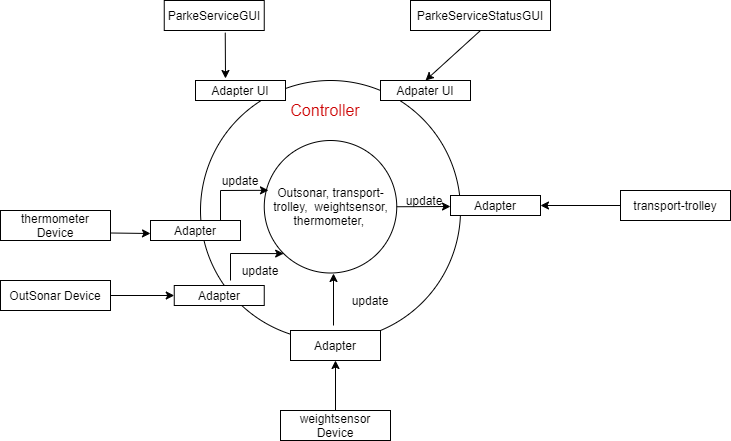
noemival/ParkManagerService_2021 keeps this draw.io diagram as it.unibo.parkManagerService/userdocs/img/first_logical_architecture.png. Above is the earlier version. Source tidied: cells renumbered, new cells last; positions are measured from the earlier drawing's top-left corner, leaving out a move shared by most shapes.
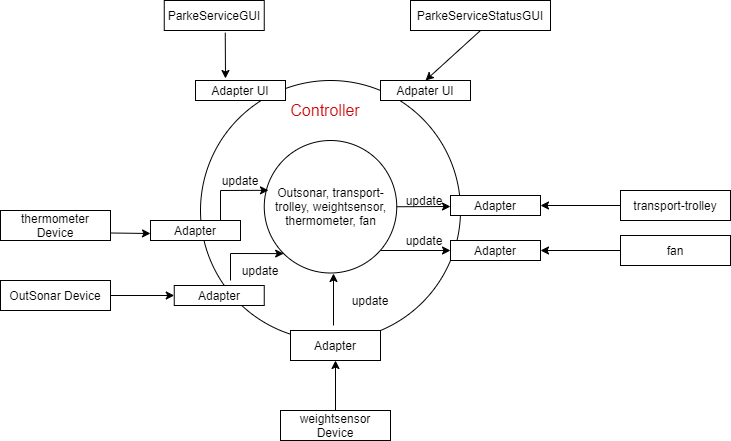
The same file after the commit.

The edit, as a diff of the source:
```diff
@@ -5,7 +5,7 @@
     <mxCell id="2" style="ellipse;whiteSpace=wrap;html=1;" parent="1" vertex="1">
       <mxGeometry x="200" y="80" width="260" height="260" as="geometry" />
     </mxCell>
-    <mxCell id="3" value="Outsonar, transport-trolley,&amp;nbsp; weightsensor, thermometer,&amp;nbsp;" style="ellipse;whiteSpace=wrap;html=1;" parent="1" vertex="1">
+    <mxCell id="3" value="Outsonar, transport-trolley, weightsensor, thermometer, fan" style="ellipse;whiteSpace=wrap;html=1;" parent="1" vertex="1">
       <mxGeometry x="263.8" y="140" width="132.5" height="132.5" as="geometry" />
     </mxCell>
     <mxCell id="4" value="&lt;font style=&quot;font-size: 16px&quot; color=&quot;#cc0000&quot;&gt;Controller&lt;/font&gt;" style="text;html=1;strokeColor=none;fillColor=none;align=center;verticalAlign=middle;whiteSpace=wrap;rounded=0;" parent="1" vertex="1">
@@ -111,5 +111,23 @@
     <mxCell id="31" value="update" style="text;html=1;strokeColor=none;fillColor=none;align=center;verticalAlign=middle;whiteSpace=wrap;rounded=0;" parent="1" vertex="1">
       <mxGeometry x="404" y="190" width="40" height="20" as="geometry" />
     </mxCell>
+    <mxCell id="32" value="fan" style="rounded=0;whiteSpace=wrap;html=1;" parent="1" vertex="1">
+      <mxGeometry x="620" y="235" width="110" height="30" as="geometry" />
+    </mxCell>
+    <mxCell id="33" value="Adapter" style="rounded=0;whiteSpace=wrap;html=1;" parent="1" vertex="1">
+      <mxGeometry x="450" y="240" width="90" height="20" as="geometry" />
+    </mxCell>
+    <mxCell id="34" style="endArrow=classic;html=1;entryX=1;entryY=0.5;entryDx=0;entryDy=0;exitX=0;exitY=0.5;exitDx=0;exitDy=0;rounded=0;" parent="1" edge="1" source="32" target="33">
+      <mxGeometry relative="1" as="geometry" />
+    </mxCell>
+    <mxCell id="35" style="endArrow=classic;html=1;" parent="1" edge="1">
+      <mxGeometry relative="1" as="geometry">
+        <mxPoint x="380" y="250" as="sourcePoint" />
+        <mxPoint x="450" y="250" as="targetPoint" />
+      </mxGeometry>
+    </mxCell>
+    <mxCell id="36" value="update" style="text;html=1;strokeColor=none;fillColor=none;align=center;verticalAlign=middle;whiteSpace=wrap;rounded=0;" parent="1" vertex="1">
+      <mxGeometry x="403.5" y="230" width="40" height="20" as="geometry" />
+    </mxCell>
   </root>
 </mxGraphModel>
```
